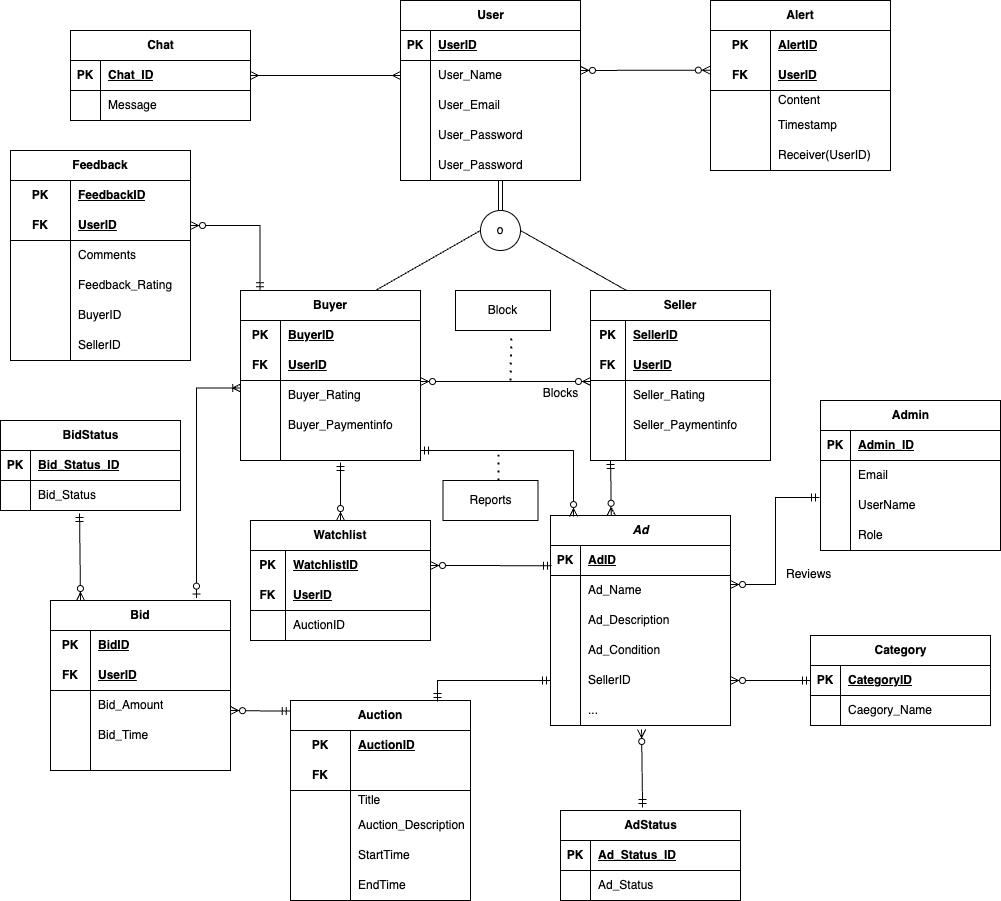
Before: P2 Database Design, Initial ERD.png, a diagram exported from draw.io (rohithreddykota/bidding-system). Source tidied: cells renumbered, new cells last; positions are measured from the earlier drawing's top-left corner, leaving out a move shared by most shapes.
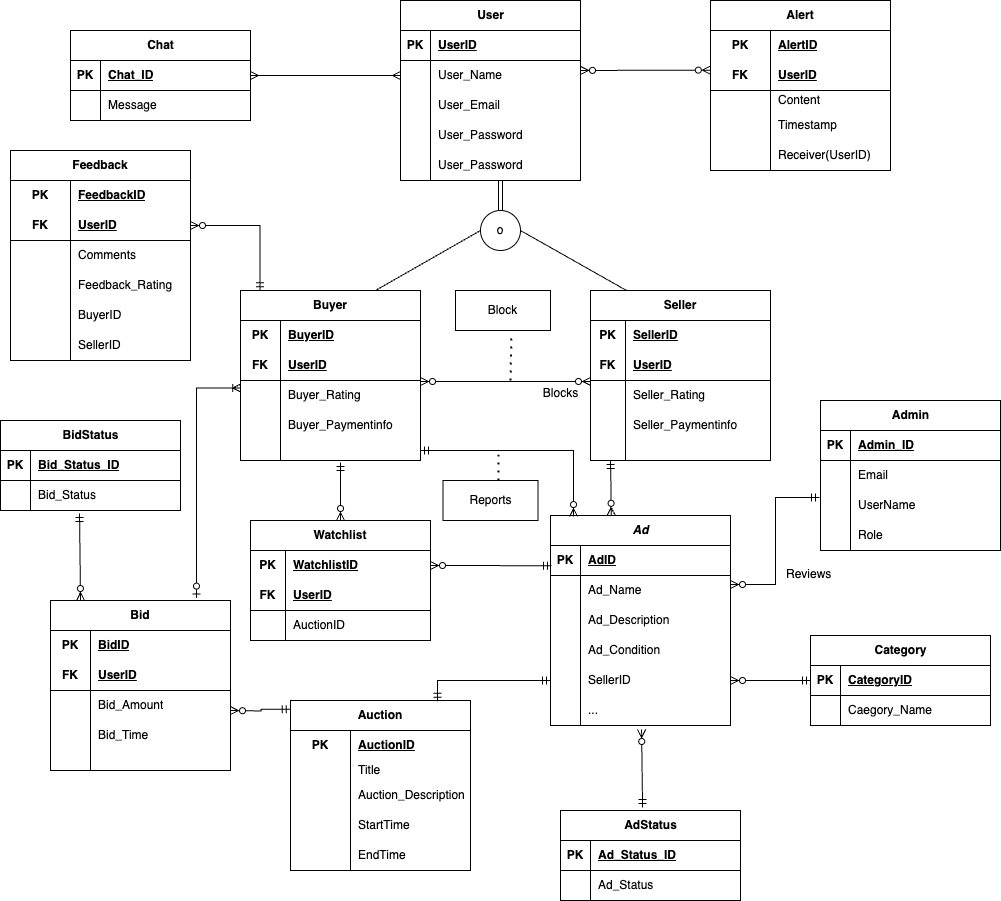
After the commit.

Diff of the diagram source:
```diff
@@ -434,7 +434,7 @@
       <mxGeometry x="30" width="150" height="30" as="geometry" />
     </mxCell>
     <mxCell id="143" value="Auction" style="shape=table;startSize=30;rowLines=0;fontStyle=1;align=center;html=1;whiteSpace=wrap;spacingRight=0;" parent="1" vertex="1">
-      <mxGeometry x="290" y="700" width="180" height="200" as="geometry" />
+      <mxGeometry x="290" y="700" width="180" height="170" as="geometry" />
     </mxCell>
     <mxCell id="144" style="shape=tableRow;horizontal=0;startSize=0;swimlaneHead=0;swimlaneBody=0;fillColor=none;top=0;left=0;right=0;bottom=0;html=1;" parent="143" vertex="1">
       <mxGeometry y="30" width="180" height="30" as="geometry" />
@@ -445,17 +445,8 @@
     <mxCell id="146" value="AuctionID" style="shape=partialRectangle;fillColor=none;top=0;left=0;bottom=0;right=0;align=left;spacingLeft=6;fontStyle=5;overflow=hidden;html=1;whiteSpace=wrap;" parent="144" vertex="1">
       <mxGeometry x="60" width="120" height="30" as="geometry" />
     </mxCell>
-    <mxCell id="147" style="shape=tableRow;horizontal=0;startSize=0;swimlaneHead=0;swimlaneBody=0;fillColor=none;top=0;left=0;right=0;bottom=1;html=1;" parent="143" vertex="1">
-      <mxGeometry y="60" width="180" height="30" as="geometry" />
-    </mxCell>
-    <mxCell id="148" value="FK" style="shape=partialRectangle;fillColor=none;top=0;left=0;bottom=0;right=0;fontStyle=1;overflow=hidden;html=1;whiteSpace=wrap;" parent="147" vertex="1">
-      <mxGeometry width="60" height="30" as="geometry" />
-    </mxCell>
-    <mxCell id="149" style="shape=partialRectangle;fillColor=none;top=0;left=0;bottom=0;right=0;align=left;spacingLeft=6;fontStyle=5;overflow=hidden;html=1;whiteSpace=wrap;" parent="147" vertex="1">
-      <mxGeometry x="60" width="120" height="30" as="geometry" />
-    </mxCell>
     <mxCell id="150" style="shape=tableRow;horizontal=0;startSize=0;swimlaneHead=0;swimlaneBody=0;fillColor=none;top=0;left=0;right=0;bottom=0;html=1;" parent="143" vertex="1">
-      <mxGeometry y="90" width="180" height="20" as="geometry" />
+      <mxGeometry y="60" width="180" height="20" as="geometry" />
     </mxCell>
     <mxCell id="151" style="shape=partialRectangle;fillColor=none;top=0;left=0;bottom=0;right=0;overflow=hidden;html=1;whiteSpace=wrap;" parent="150" vertex="1">
       <mxGeometry width="60" height="20" as="geometry" />
@@ -464,7 +455,7 @@
       <mxGeometry x="60" width="120" height="20" as="geometry" />
     </mxCell>
     <mxCell id="153" style="shape=tableRow;horizontal=0;startSize=0;swimlaneHead=0;swimlaneBody=0;fillColor=none;top=0;left=0;right=0;bottom=0;html=1;" parent="143" vertex="1">
-      <mxGeometry y="110" width="180" height="30" as="geometry" />
+      <mxGeometry y="80" width="180" height="30" as="geometry" />
     </mxCell>
     <mxCell id="154" style="shape=partialRectangle;fillColor=none;top=0;left=0;bottom=0;right=0;overflow=hidden;html=1;whiteSpace=wrap;" parent="153" vertex="1">
       <mxGeometry width="60" height="30" as="geometry" />
@@ -473,7 +464,7 @@
       <mxGeometry x="60" width="120" height="30" as="geometry" />
     </mxCell>
     <mxCell id="156" style="shape=tableRow;horizontal=0;startSize=0;swimlaneHead=0;swimlaneBody=0;fillColor=none;top=0;left=0;right=0;bottom=0;html=1;" parent="143" vertex="1">
-      <mxGeometry y="140" width="180" height="30" as="geometry" />
+      <mxGeometry y="110" width="180" height="30" as="geometry" />
     </mxCell>
     <mxCell id="157" style="shape=partialRectangle;fillColor=none;top=0;left=0;bottom=0;right=0;overflow=hidden;html=1;whiteSpace=wrap;" parent="156" vertex="1">
       <mxGeometry width="60" height="30" as="geometry" />
@@ -482,7 +473,7 @@
       <mxGeometry x="60" width="120" height="30" as="geometry" />
     </mxCell>
     <mxCell id="159" style="shape=tableRow;horizontal=0;startSize=0;swimlaneHead=0;swimlaneBody=0;fillColor=none;top=0;left=0;right=0;bottom=0;html=1;" parent="143" vertex="1">
-      <mxGeometry y="170" width="180" height="30" as="geometry" />
+      <mxGeometry y="140" width="180" height="30" as="geometry" />
     </mxCell>
     <mxCell id="160" style="shape=partialRectangle;fillColor=none;top=0;left=0;bottom=0;right=0;overflow=hidden;html=1;whiteSpace=wrap;" parent="159" vertex="1">
       <mxGeometry width="60" height="30" as="geometry" />
```
